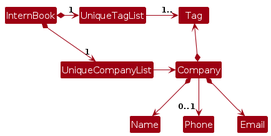
AY2324S2-CS2103T-T13-2/tp keeps this PlantUML diagram as diagrams/BetterModelClassDiagram.png. Above is the earlier version. Its source is kept beside it as diagrams/BetterModelClassDiagram.puml.
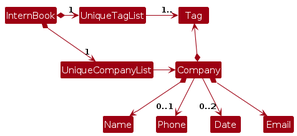
The same diagram one commit later.

What changed in the source:
```diff
@@ -16,5 +16,6 @@
 
 Company *--> Name
 Company --> "0..1"Phone
+Company --> "0..2"Date
 Company *--> Email
 @enduml
```
